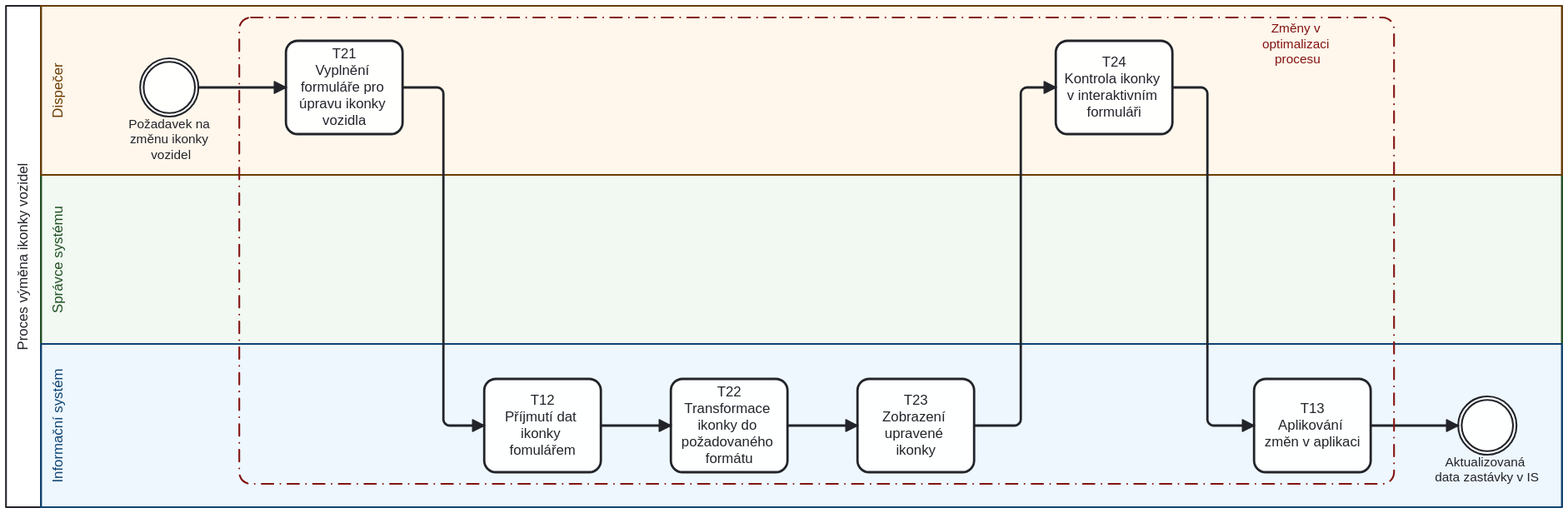
Above: images/Pr3_v2 Výměna ikonky vozidel.svg in StrangerTwo/bachelor-thesis (BPMN), before the change. Its source is kept beside it as images/Pr3_v2 Výměna ikonky vozidel.bpmn. Ids are renumbered.
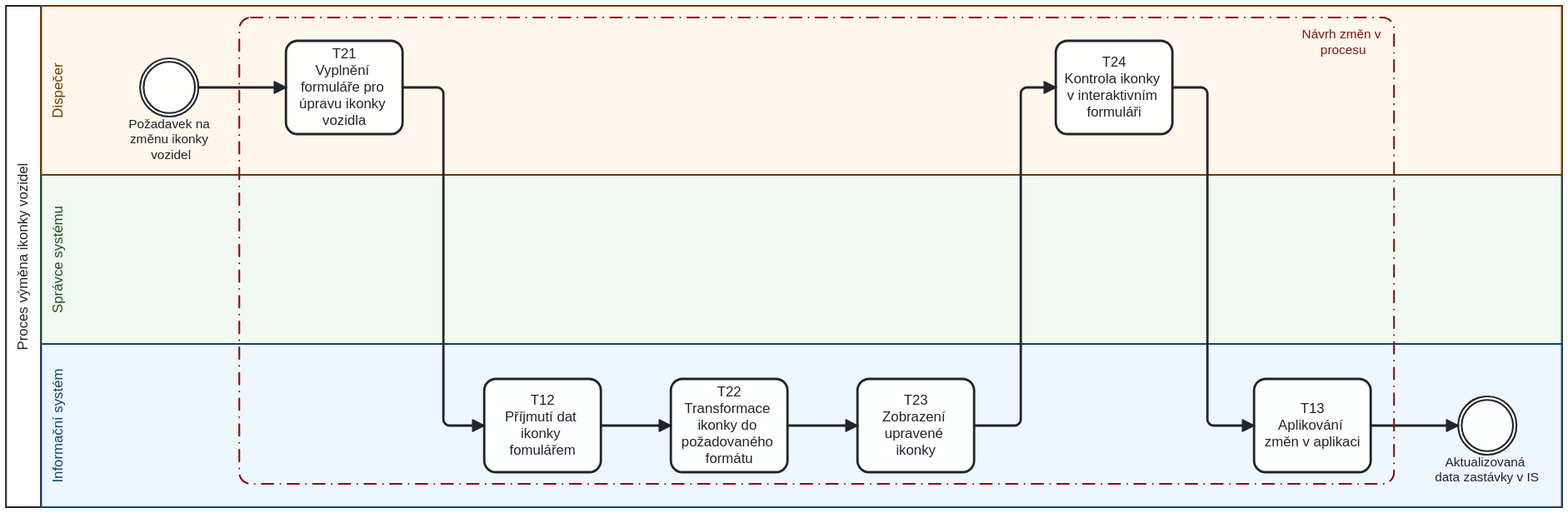
After the commit.

Diff of the diagram source:
```diff
@@ -57,7 +57,7 @@
     </intermediateCatchEvent>
   </process>
   <category id="Category_n15">
-    <categoryValue id="CategoryValue_n2" value="Změny v optimalizaci procesu" />
+    <categoryValue id="CategoryValue_n2" value="Návrh změn v procesu" />
   </category>
   <bpmndi:BPMNDiagram id="BPMNDiagram_1">
     <bpmndi:BPMNPlane id="BPMNPlane_1" bpmnElement="Collaboration_Online_Order_Fulfillment">
@@ -148,7 +148,7 @@
       <bpmndi:BPMNShape id="Group_n1_di" bpmnElement="Group_n1" bioc:stroke="#831311" bioc:fill="#ffcdd2" color:background-color="#ffcdd2" color:border-color="#831311">
         <dc:Bounds x="330" y="70" width="990" height="400" />
         <bpmndi:BPMNLabel>
-          <dc:Bounds x="1207" y="73" width="61" height="40" />
+          <dc:Bounds x="1241" y="78" width="71" height="27" />
         </bpmndi:BPMNLabel>
       </bpmndi:BPMNShape>
     </bpmndi:BPMNPlane>
```
